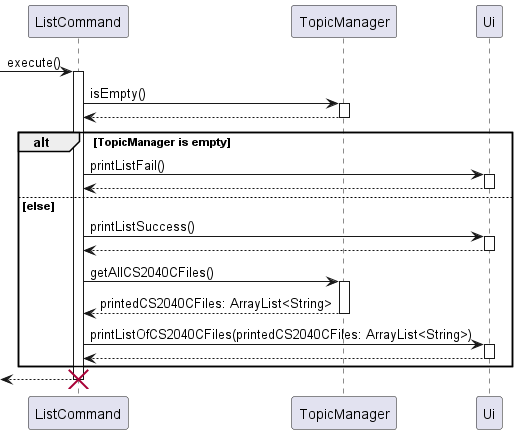
Above: docs/sequence-diagrams/diagrams/ListFeature.png in ong-ck/tp (PlantUML), before the change.
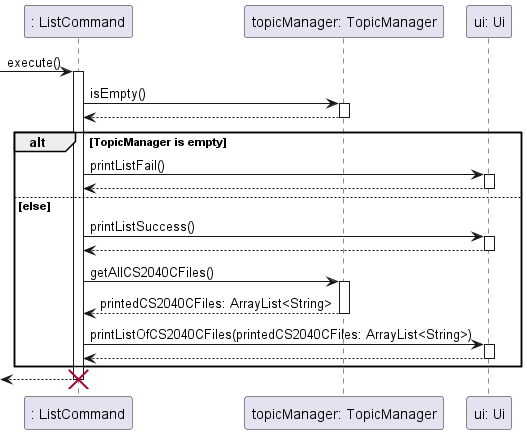
The same diagram one commit later.

What changed in the source:
```diff
@@ -1,4 +1,8 @@
 @startuml
+participant ": ListCommand" as ListCommand
+participant "topicManager: TopicManager" as TopicManager
+participant "ui: Ui" as Ui
+
 -> ListCommand : execute()
 activate ListCommand
     ListCommand -> TopicManager: isEmpty()
```
